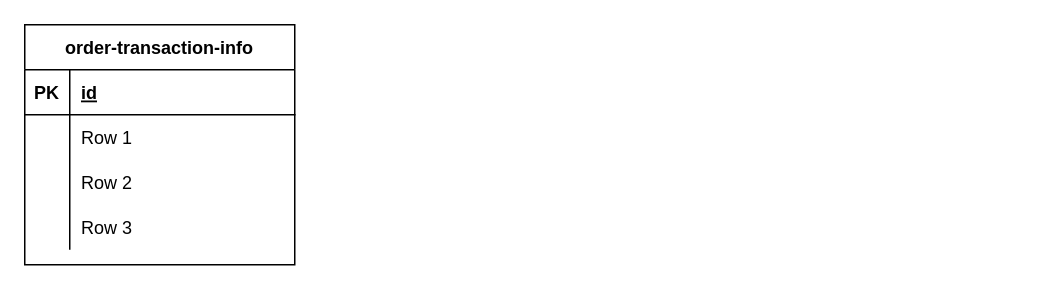
The draw.io diagram study-draw-io/Untitled Diagram.drawio in bage2014/study, before the edit. Source tidied: cells renumbered, new cells numbered last; positions are measured from the earlier drawing's top-left corner, leaving out a move shared by most shapes. Both pictures are drawn from the tidied source at 150%, with x=0, y=0 at pixel (24, 24).
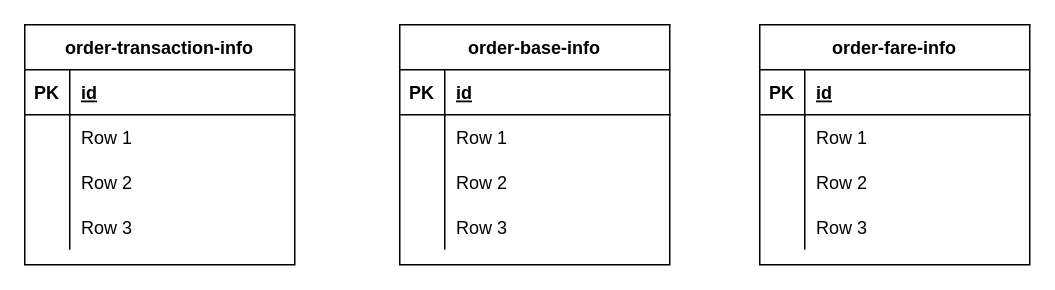
After the change.

What changed in the source:
```diff
@@
+    <mxCell id="15" value="order-base-info" style="shape=table;startSize=30;childLayout=tableLayout;rowLines=0;fontStyle=1;align=center;" parent="1" vertex="1">
+      <mxGeometry x="250" width="180" height="160" as="geometry" />
+    </mxCell>
+    <mxCell id="16" style="shape=partialRectangle;fillColor=none;top=0;left=0;bottom=1;right=0;" parent="15" vertex="1">
+      <mxGeometry y="30" width="180" height="30" as="geometry" />
+    </mxCell>
+    <mxCell id="17" value="PK" style="shape=partialRectangle;fillColor=none;top=0;left=0;bottom=0;right=0;fontStyle=1;overflow=hidden;" parent="16" vertex="1">
+      <mxGeometry width="30" height="30" as="geometry" />
+    </mxCell>
+    <mxCell id="18" value="id" style="shape=partialRectangle;fillColor=none;top=0;left=0;bottom=0;right=0;align=left;spacingLeft=6;fontStyle=5;overflow=hidden;" parent="16" vertex="1">
+      <mxGeometry x="30" width="150" height="30" as="geometry" />
+    </mxCell>
+    <mxCell id="19" style="shape=partialRectangle;fillColor=none;top=0;left=0;bottom=0;right=0;" parent="15" vertex="1">
+      <mxGeometry y="60" width="180" height="30" as="geometry" />
+    </mxCell>
+    <mxCell id="20" style="shape=partialRectangle;fillColor=none;top=0;left=0;bottom=0;right=0;overflow=hidden;" parent="19" vertex="1">
+      <mxGeometry width="30" height="30" as="geometry" />
+    </mxCell>
+    <mxCell id="21" value="Row 1" style="shape=partialRectangle;fillColor=none;top=0;left=0;bottom=0;right=0;align=left;spacingLeft=6;overflow=hidden;" parent="19" vertex="1">
+      <mxGeometry x="30" width="150" height="30" as="geometry" />
+    </mxCell>
+    <mxCell id="22" style="shape=partialRectangle;fillColor=none;top=0;left=0;bottom=0;right=0;" parent="15" vertex="1">
+      <mxGeometry y="90" width="180" height="30" as="geometry" />
+    </mxCell>
+    <mxCell id="23" style="shape=partialRectangle;fillColor=none;top=0;left=0;bottom=0;right=0;overflow=hidden;" parent="22" vertex="1">
+      <mxGeometry width="30" height="30" as="geometry" />
+    </mxCell>
+    <mxCell id="24" value="Row 2" style="shape=partialRectangle;fillColor=none;top=0;left=0;bottom=0;right=0;align=left;spacingLeft=6;overflow=hidden;" parent="22" vertex="1">
+      <mxGeometry x="30" width="150" height="30" as="geometry" />
+    </mxCell>
+    <mxCell id="25" style="shape=partialRectangle;fillColor=none;top=0;left=0;bottom=0;right=0;" parent="15" vertex="1">
+      <mxGeometry y="120" width="180" height="30" as="geometry" />
+    </mxCell>
+    <mxCell id="26" style="shape=partialRectangle;fillColor=none;top=0;left=0;bottom=0;right=0;overflow=hidden;" parent="25" vertex="1">
+      <mxGeometry width="30" height="30" as="geometry" />
+    </mxCell>
+    <mxCell id="27" value="Row 3" style="shape=partialRectangle;fillColor=none;top=0;left=0;bottom=0;right=0;align=left;spacingLeft=6;overflow=hidden;" parent="25" vertex="1">
+      <mxGeometry x="30" width="150" height="30" as="geometry" />
+    </mxCell>
+    <mxCell id="28" value="order-fare-info" style="shape=table;startSize=30;childLayout=tableLayout;rowLines=0;fontStyle=1;align=center;" parent="1" vertex="1">
+      <mxGeometry x="490" width="180" height="160" as="geometry" />
+    </mxCell>
+    <mxCell id="29" style="shape=partialRectangle;fillColor=none;top=0;left=0;bottom=1;right=0;" parent="28" vertex="1">
+      <mxGeometry y="30" width="180" height="30" as="geometry" />
+    </mxCell>
+    <mxCell id="30" value="PK" style="shape=partialRectangle;fillColor=none;top=0;left=0;bottom=0;right=0;fontStyle=1;overflow=hidden;" parent="29" vertex="1">
+      <mxGeometry width="30" height="30" as="geometry" />
+    </mxCell>
+    <mxCell id="31" value="id" style="shape=partialRectangle;fillColor=none;top=0;left=0;bottom=0;right=0;align=left;spacingLeft=6;fontStyle=5;overflow=hidden;" parent="29" vertex="1">
+      <mxGeometry x="30" width="150" height="30" as="geometry" />
+    </mxCell>
+    <mxCell id="32" style="shape=partialRectangle;fillColor=none;top=0;left=0;bottom=0;right=0;" parent="28" vertex="1">
+      <mxGeometry y="60" width="180" height="30" as="geometry" />
+    </mxCell>
+    <mxCell id="33" style="shape=partialRectangle;fillColor=none;top=0;left=0;bottom=0;right=0;overflow=hidden;" parent="32" vertex="1">
+      <mxGeometry width="30" height="30" as="geometry" />
+    </mxCell>
+    <mxCell id="34" value="Row 1" style="shape=partialRectangle;fillColor=none;top=0;left=0;bottom=0;right=0;align=left;spacingLeft=6;overflow=hidden;" parent="32" vertex="1">
+      <mxGeometry x="30" width="150" height="30" as="geometry" />
+    </mxCell>
+    <mxCell id="35" style="shape=partialRectangle;fillColor=none;top=0;left=0;bottom=0;right=0;" parent="28" vertex="1">
+      <mxGeometry y="90" width="180" height="30" as="geometry" />
+    </mxCell>
+    <mxCell id="36" style="shape=partialRectangle;fillColor=none;top=0;left=0;bottom=0;right=0;overflow=hidden;" parent="35" vertex="1">
+      <mxGeometry width="30" height="30" as="geometry" />
+    </mxCell>
+    <mxCell id="37" value="Row 2" style="shape=partialRectangle;fillColor=none;top=0;left=0;bottom=0;right=0;align=left;spacingLeft=6;overflow=hidden;" parent="35" vertex="1">
+      <mxGeometry x="30" width="150" height="30" as="geometry" />
+    </mxCell>
+    <mxCell id="38" style="shape=partialRectangle;fillColor=none;top=0;left=0;bottom=0;right=0;" parent="28" vertex="1">
+      <mxGeometry y="120" width="180" height="30" as="geometry" />
+    </mxCell>
+    <mxCell id="39" style="shape=partialRectangle;fillColor=none;top=0;left=0;bottom=0;right=0;overflow=hidden;" parent="38" vertex="1">
+      <mxGeometry width="30" height="30" as="geometry" />
+    </mxCell>
+    <mxCell id="40" value="Row 3" style="shape=partialRectangle;fillColor=none;top=0;left=0;bottom=0;right=0;align=left;spacingLeft=6;overflow=hidden;" parent="38" vertex="1">
+      <mxGeometry x="30" width="150" height="30" as="geometry" />
+    </mxCell>
```
